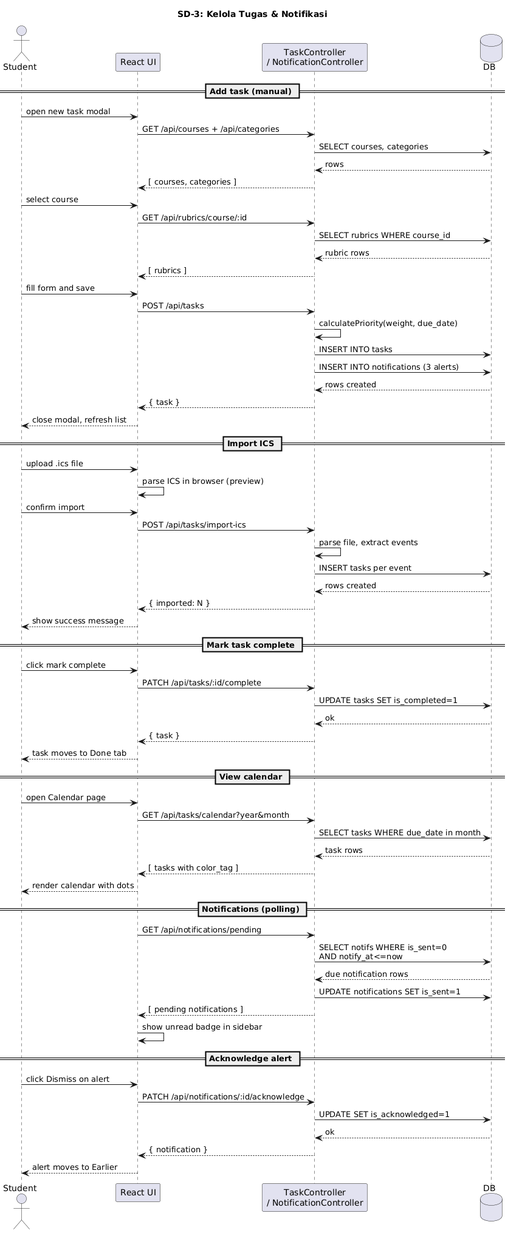
The PlantUML diagram docs/diagrams/Tasks SD.png in danielwidiyatmoko-ops/StudyCal, before a commit.
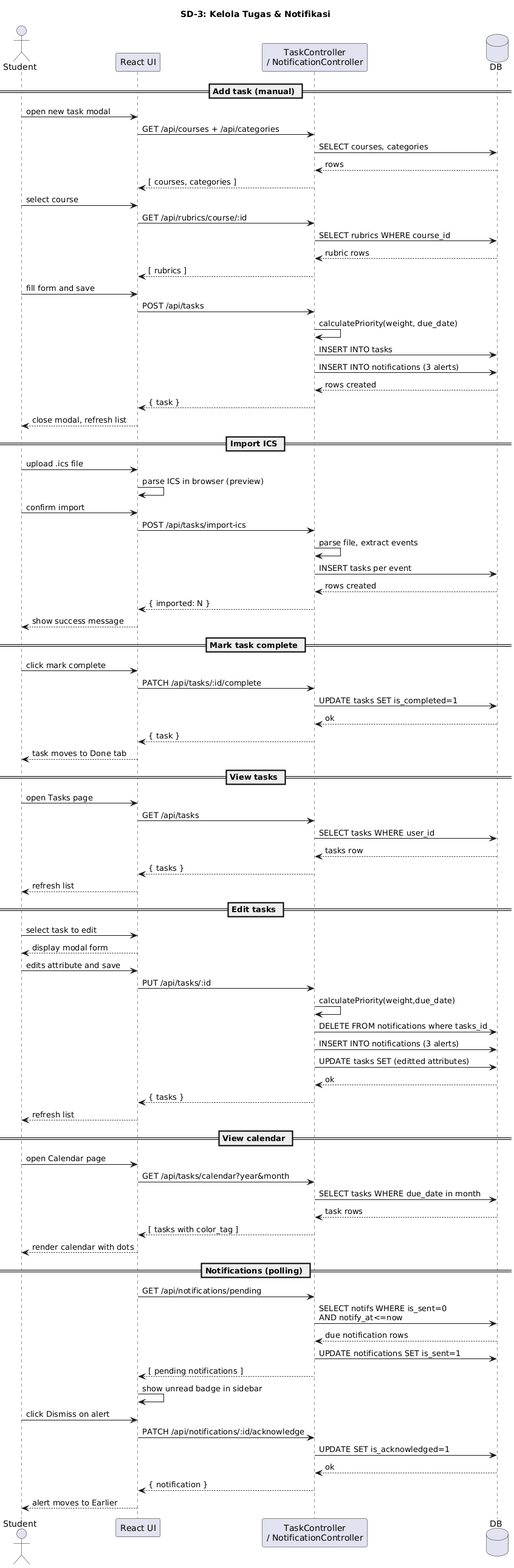
Above is the later version.

Commit message:
minor fix: add to tasks sequence diag

The edit, as a diff of the source:
```diff
@@ -45,6 +45,28 @@
 TC --> UI : { task }
 UI --> Student : task moves to Done tab
 
+== View tasks ==
+Student -> UI : open Tasks page
+UI -> TC : GET /api/tasks
+TC -> DB : SELECT tasks WHERE user_id
+DB --> TC : tasks row
+TC --> UI : { tasks }
+UI --> Student : refresh list
+
+== Edit tasks ==
+
+Student -> UI : select task to edit
+UI --> Student : display modal form
+Student -> UI : edits attribute and save
+UI -> TC : PUT /api/tasks/:id
+TC -> TC : calculatePriority(weight,due_date)
+TC -> DB : DELETE FROM notifications where tasks_id
+TC -> DB : INSERT INTO notifications (3 alerts)
+TC -> DB : UPDATE tasks SET (editted attributes)
+DB --> TC : ok
+TC --> UI : { tasks }
+UI --> Student : refresh list
+
 == View calendar ==
 Student -> UI : open Calendar page
 UI -> TC : GET /api/tasks/calendar?year&month
@@ -60,8 +82,6 @@
 TC -> DB : UPDATE notifications SET is_sent=1
 TC --> UI : [ pending notifications ]
 UI -> UI : show unread badge in sidebar
-
-== Acknowledge alert ==
 Student -> UI : click Dismiss on alert
 UI -> TC : PATCH /api/notifications/:id/acknowledge
 TC -> DB : UPDATE SET is_acknowledged=1
```
